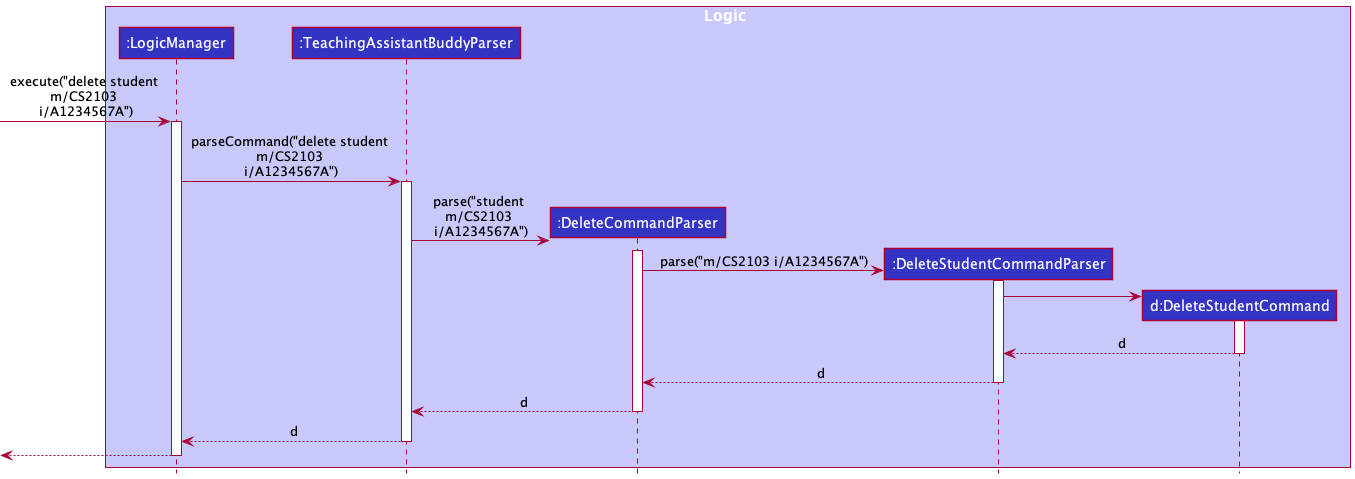
Above: docs/images/DeleteStudentSequenceDiagram1.png in nus-cs2103-AY2122S1/tp (PlantUML), before the change.
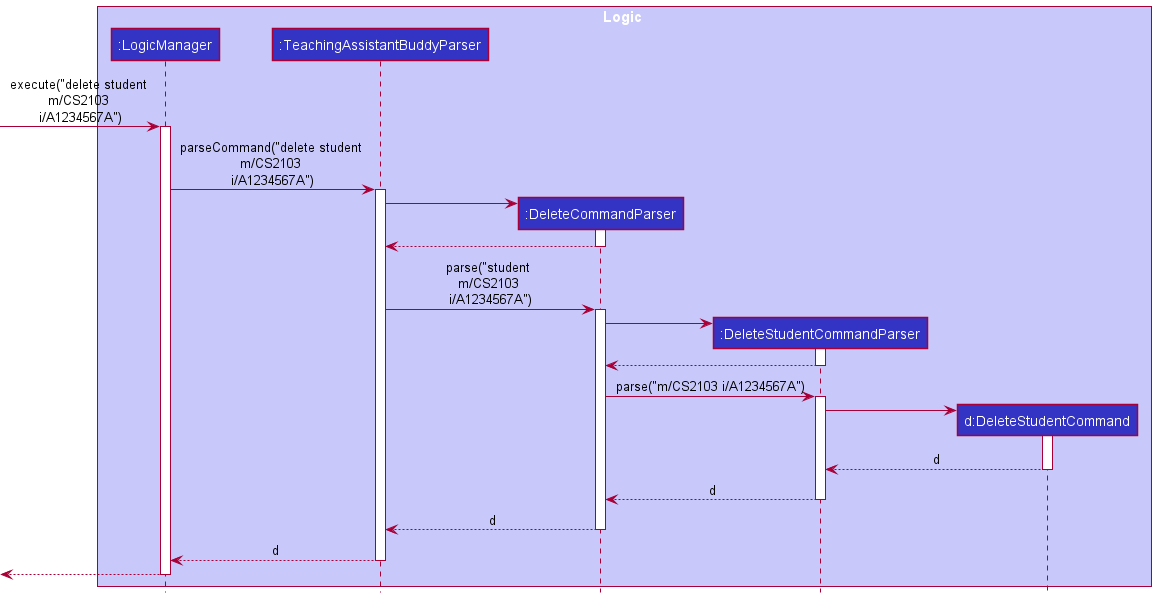
After the commit.

Change to the diagram source:
```diff
@@ -1,5 +1,5 @@
 @startuml
- !include style.puml
+ !include ../style.puml
 
  box Logic LOGIC_COLOR_T1
  participant ":LogicManager" as LogicManager LOGIC_COLOR
@@ -16,10 +16,20 @@
  activate TeachingAssistantBuddyParser
 
  create DeleteCommandParser
+ TeachingAssistantBuddyParser -> DeleteCommandParser
+ activate DeleteCommandParser
+ DeleteCommandParser --> TeachingAssistantBuddyParser
+ deactivate DeleteCommandParser
+
  TeachingAssistantBuddyParser -> DeleteCommandParser : parse("student \nm/CS2103 \ni/A1234567A")
  activate DeleteCommandParser
 
  create DeleteStudentCommandParser
+ DeleteCommandParser -> DeleteStudentCommandParser
+ activate DeleteStudentCommandParser
+ DeleteStudentCommandParser --> DeleteCommandParser
+ deactivate DeleteStudentCommandParser
+
  DeleteCommandParser -> DeleteStudentCommandParser : parse("m/CS2103 i/A1234567A")
  activate DeleteStudentCommandParser
 
```
